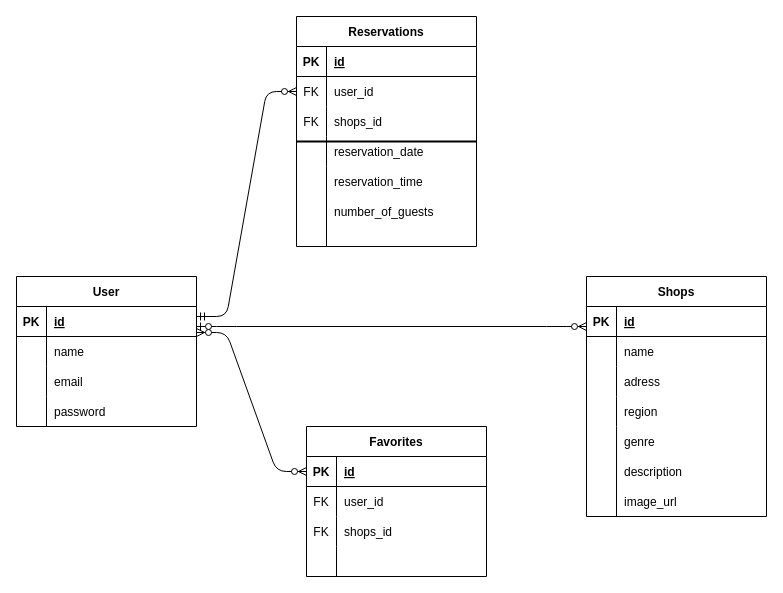
kimi3223/rese keeps this draw.io diagram as rese.dio. Above is the earlier version. Source tidied: cells renumbered, new cells numbered last; positions are measured from the earlier drawing's top-left corner, leaving out a move shared by most shapes. Both pictures are drawn from the tidied source at 100%, with x=0, y=0 at pixel (16, 16).
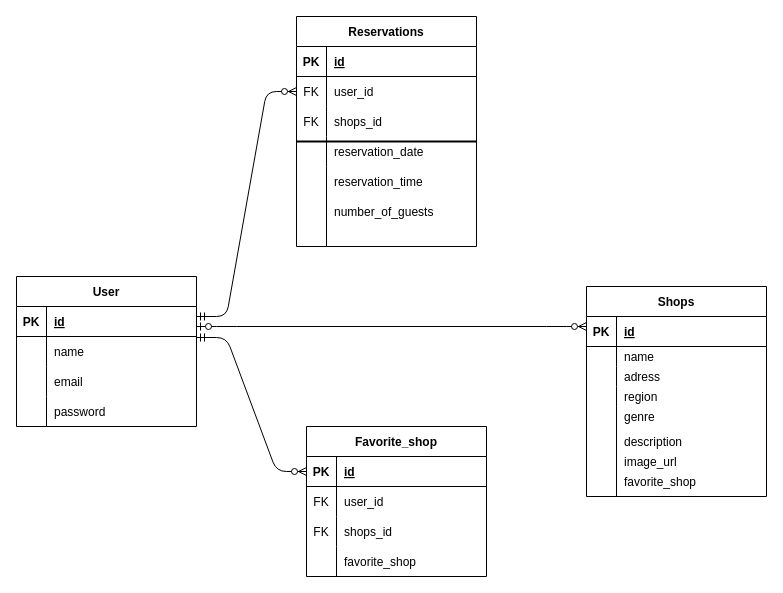
After the change.

The change refers to these unchanged cells:
```xml
<mxCell id="28" style="shape=tableRow;horizontal=0;startSize=0;swimlaneHead=0;swimlaneBody=0;fillColor=none;points=[[0,0.5],[1,0.5]];portConstraint=eastwest;top=0;left=0;right=0;bottom=0;" parent="1" vertex="1">
  <mxGeometry x="570" y="410" width="180" height="30" as="geometry" />
</mxCell>
<mxCell id="31" style="shape=tableRow;horizontal=0;startSize=0;swimlaneHead=0;swimlaneBody=0;fillColor=none;top=0;left=0;right=0;bottom=0;" parent="1" vertex="1">
  <mxGeometry x="570" y="440" width="180" height="30" as="geometry" />
</mxCell>
<mxCell id="58" style="shape=tableRow;horizontal=0;startSize=0;swimlaneHead=0;swimlaneBody=0;fillColor=none;points=[[0,0.5],[1,0.5]];portConstraint=eastwest;top=0;left=0;right=0;bottom=1;" parent="57" vertex="1">
  <mxGeometry y="30" width="180" height="30" as="geometry" />
</mxCell>
<mxCell id="67" style="shape=tableRow;horizontal=0;startSize=0;swimlaneHead=0;swimlaneBody=0;fillColor=none;top=0;left=0;right=0;bottom=0;" parent="57" vertex="1">
  <mxGeometry y="120" width="180" height="30" as="geometry" />
</mxCell>
```

Diff of the diagram source:
```diff
@@
     <mxCell id="15" value="Shops" style="shape=table;startSize=30;childLayout=tableLayout;rowLines=0;fontStyle=1;align=center;" parent="1" vertex="1">
-      <mxGeometry x="570" y="260" width="180" height="240" as="geometry" />
+      <mxGeometry x="570" y="270" width="180" height="210" as="geometry" />
     </mxCell>
@@
     <mxCell id="19" style="shape=tableRow;horizontal=0;startSize=0;swimlaneHead=0;swimlaneBody=0;fillColor=none;top=0;left=0;right=0;bottom=0;" parent="15" vertex="1">
-      <mxGeometry y="60" width="180" height="30" as="geometry" />
+      <mxGeometry y="60" width="180" height="20" as="geometry" />
     </mxCell>
     <mxCell id="20" style="shape=partialRectangle;fillColor=none;top=0;left=0;bottom=0;right=0;overflow=hidden;" parent="19" vertex="1">
-      <mxGeometry width="30" height="30" as="geometry" />
+      <mxGeometry width="30" height="20" as="geometry" />
     </mxCell>
     <mxCell id="21" value="name" style="shape=partialRectangle;fillColor=none;top=0;left=0;bottom=0;right=0;align=left;spacingLeft=6;overflow=hidden;" parent="19" vertex="1">
-      <mxGeometry x="30" width="150" height="30" as="geometry" />
+      <mxGeometry x="30" width="150" height="20" as="geometry" />
     </mxCell>
     <mxCell id="22" style="shape=tableRow;horizontal=0;startSize=0;swimlaneHead=0;swimlaneBody=0;fillColor=none;top=0;left=0;right=0;bottom=0;" parent="15" vertex="1">
-      <mxGeometry y="90" width="180" height="30" as="geometry" />
+      <mxGeometry y="80" width="180" height="20" as="geometry" />
     </mxCell>
     <mxCell id="23" style="shape=partialRectangle;fillColor=none;top=0;left=0;bottom=0;right=0;overflow=hidden;" parent="22" vertex="1">
-      <mxGeometry width="30" height="30" as="geometry" />
+      <mxGeometry width="30" height="20" as="geometry" />
     </mxCell>
     <mxCell id="24" value="adress" style="shape=partialRectangle;fillColor=none;top=0;left=0;bottom=0;right=0;align=left;spacingLeft=6;overflow=hidden;" parent="22" vertex="1">
-      <mxGeometry x="30" width="150" height="30" as="geometry" />
+      <mxGeometry x="30" width="150" height="20" as="geometry" />
     </mxCell>
     <mxCell id="25" style="shape=tableRow;horizontal=0;startSize=0;swimlaneHead=0;swimlaneBody=0;fillColor=none;top=0;left=0;right=0;bottom=0;" parent="15" vertex="1">
-      <mxGeometry y="120" width="180" height="30" as="geometry" />
+      <mxGeometry y="100" width="180" height="20" as="geometry" />
     </mxCell>
     <mxCell id="26" style="shape=partialRectangle;fillColor=none;top=0;left=0;bottom=0;right=0;overflow=hidden;" parent="25" vertex="1">
-      <mxGeometry width="30" height="30" as="geometry" />
+      <mxGeometry width="30" height="20" as="geometry" />
     </mxCell>
     <mxCell id="27" value="region" style="shape=partialRectangle;fillColor=none;top=0;left=0;bottom=0;right=0;align=left;spacingLeft=6;overflow=hidden;" parent="25" vertex="1">
-      <mxGeometry x="30" width="150" height="30" as="geometry" />
+      <mxGeometry x="30" width="150" height="20" as="geometry" />
     </mxCell>
@@
-    <mxCell id="30" value="genre" style="shape=partialRectangle;fillColor=none;top=0;left=0;bottom=0;right=0;align=left;spacingLeft=6;overflow=hidden;" parent="28" vertex="1">
-      <mxGeometry x="30" width="150" height="30" as="geometry" />
-    </mxCell>
@@
-    <mxCell id="33" value="description" style="shape=partialRectangle;fillColor=none;top=0;left=0;bottom=0;right=0;align=left;spacingLeft=6;overflow=hidden;" parent="31" vertex="1">
-      <mxGeometry x="30" width="150" height="30" as="geometry" />
-    </mxCell>
     <mxCell id="34" value="image_url" style="shape=partialRectangle;fillColor=none;top=0;left=0;bottom=0;right=0;align=left;spacingLeft=6;overflow=hidden;" parent="1" vertex="1">
-      <mxGeometry x="600" y="470" width="150" height="30" as="geometry" />
+      <mxGeometry x="600" y="430" width="150" height="30" as="geometry" />
     </mxCell>
@@
-    <mxCell id="56" style="endArrow=none;html=1;rounded=0;exitX=0.167;exitY=0;exitDx=0;exitDy=0;exitPerimeter=0;" parent="1" edge="1" source="28">
+    <mxCell id="56" style="endArrow=none;html=1;rounded=0;" parent="1" edge="1">
       <mxGeometry relative="1" as="geometry">
-        <mxPoint x="600" y="500" as="targetPoint" />
+        <mxPoint x="600" y="410" as="sourcePoint" />
+        <mxPoint x="600" y="480" as="targetPoint" />
+        <Array as="points">
+          <mxPoint x="600" y="390" />
+        </Array>
       </mxGeometry>
     </mxCell>
-    <mxCell id="57" value="Favorites" style="shape=table;startSize=30;childLayout=tableLayout;rowLines=0;fontStyle=1;align=center;" parent="1" vertex="1">
+    <mxCell id="57" value="Favorite_shop" style="shape=table;startSize=30;childLayout=tableLayout;rowLines=0;fontStyle=1;align=center;" parent="1" vertex="1">
       <mxGeometry x="290" y="410" width="180" height="150" as="geometry" />
     </mxCell>
@@
-    <mxCell id="69" style="shape=partialRectangle;fillColor=none;top=0;left=0;bottom=0;right=0;align=left;spacingLeft=6;overflow=hidden;" parent="67" vertex="1">
+    <mxCell id="69" value="favorite_shop" style="shape=partialRectangle;fillColor=none;top=0;left=0;bottom=0;right=0;align=left;spacingLeft=6;overflow=hidden;" parent="67" vertex="1">
       <mxGeometry x="30" width="150" height="30" as="geometry" />
     </mxCell>
@@
-    <mxCell id="74" style="edgeStyle=entityRelationEdgeStyle;fontSize=12;html=1;endArrow=ERzeroToMany;endFill=1;startArrow=ERzeroToMany;entryX=0;entryY=0.5;entryDx=0;entryDy=0;" parent="1" edge="1" target="58">
-      <mxGeometry relative="1" as="geometry">
-        <mxPoint x="180" y="316" as="sourcePoint" />
-      </mxGeometry>
-    </mxCell>
+    <mxCell id="75" value="favorite_shop" style="shape=partialRectangle;fillColor=none;top=0;left=0;bottom=0;right=0;align=left;spacingLeft=6;overflow=hidden;" parent="1" vertex="1">
+      <mxGeometry x="600" y="450" width="150" height="30" as="geometry" />
+    </mxCell>
+    <mxCell id="30" value="genre" style="shape=partialRectangle;fillColor=none;top=0;left=0;bottom=0;right=0;align=left;spacingLeft=6;overflow=hidden;" parent="1" vertex="1">
+      <mxGeometry x="600" y="390" width="150" height="20" as="geometry" />
+    </mxCell>
+    <mxCell id="33" value="description" style="shape=partialRectangle;fillColor=none;top=0;left=0;bottom=0;right=0;align=left;spacingLeft=6;overflow=hidden;" parent="1" vertex="1">
+      <mxGeometry x="600" y="410" width="150" height="30" as="geometry" />
+    </mxCell>
+    <mxCell id="76" style="edgeStyle=entityRelationEdgeStyle;fontSize=12;html=1;endArrow=ERzeroToMany;startArrow=ERmandOne;entryX=0;entryY=0.5;entryDx=0;entryDy=0;" parent="1" edge="1" target="58">
+      <mxGeometry relative="1" as="geometry">
+        <mxPoint x="180" y="321" as="sourcePoint" />
+      </mxGeometry>
+    </mxCell>
```
